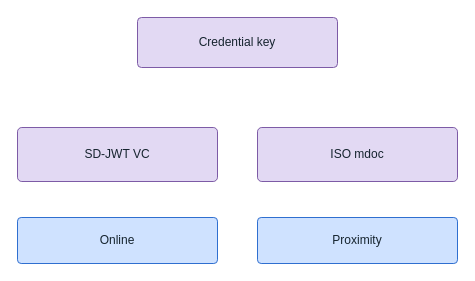
Earlier version of the draw.io diagram images/architecture-framework/data-model-and-protocols/one-credential-two-representations.drawio (id-verifiable-credential-dev/id-doc-idctf). Source tidied: cells renumbered, new cells numbered last; positions are measured from the earlier drawing's top-left corner, leaving out a move shared by most shapes. Both pictures are drawn from the tidied source at 100%, with x=0, y=0 at pixel (17, 17).
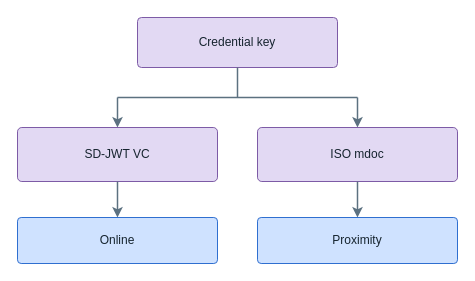
Above is the later version.

The edit, as a diff of the source:
```diff
@@
+    <mxCell id="7" style="edgeStyle=orthogonalEdgeStyle;rounded=0;orthogonalLoop=1;jettySize=auto;html=1;endArrow=none;strokeColor=#5c7180;strokeWidth=1.5;" parent="1" edge="1">
+      <mxGeometry relative="1" as="geometry">
+        <mxPoint x="220" y="50" as="sourcePoint" />
+        <mxPoint x="220" y="80" as="targetPoint" />
+        <Array as="points">
+          <mxPoint x="220" y="65" />
+        </Array>
+      </mxGeometry>
+    </mxCell>
+    <mxCell id="8" style="edgeStyle=orthogonalEdgeStyle;rounded=0;orthogonalLoop=1;jettySize=auto;html=1;endArrow=none;strokeColor=#5c7180;strokeWidth=1.5;" parent="1" edge="1">
+      <mxGeometry relative="1" as="geometry">
+        <mxPoint x="100" y="80" as="sourcePoint" />
+        <mxPoint x="340" y="80" as="targetPoint" />
+        <Array as="points">
+          <mxPoint x="220" y="80" />
+        </Array>
+      </mxGeometry>
+    </mxCell>
+    <mxCell id="9" style="edgeStyle=orthogonalEdgeStyle;rounded=0;orthogonalLoop=1;jettySize=auto;html=1;endArrow=classic;strokeColor=#5c7180;strokeWidth=1.5;" parent="1" edge="1">
+      <mxGeometry relative="1" as="geometry">
+        <mxPoint x="100" y="80" as="sourcePoint" />
+        <mxPoint x="100" y="110" as="targetPoint" />
+        <Array as="points">
+          <mxPoint x="100" y="95" />
+        </Array>
+      </mxGeometry>
+    </mxCell>
+    <mxCell id="10" style="edgeStyle=orthogonalEdgeStyle;rounded=0;orthogonalLoop=1;jettySize=auto;html=1;endArrow=classic;strokeColor=#5c7180;strokeWidth=1.5;" parent="1" edge="1">
+      <mxGeometry relative="1" as="geometry">
+        <mxPoint x="340" y="80" as="sourcePoint" />
+        <mxPoint x="340" y="110" as="targetPoint" />
+        <Array as="points">
+          <mxPoint x="340" y="95" />
+        </Array>
+      </mxGeometry>
+    </mxCell>
@@
+    <mxCell id="11" style="edgeStyle=orthogonalEdgeStyle;rounded=0;orthogonalLoop=1;jettySize=auto;html=1;endArrow=classic;strokeColor=#5c7180;strokeWidth=1.5;" parent="1" edge="1">
+      <mxGeometry relative="1" as="geometry">
+        <mxPoint x="100" y="164" as="sourcePoint" />
+        <mxPoint x="100" y="200" as="targetPoint" />
+        <Array as="points">
+          <mxPoint x="100" y="182" />
+        </Array>
+      </mxGeometry>
+    </mxCell>
+    <mxCell id="12" style="edgeStyle=orthogonalEdgeStyle;rounded=0;orthogonalLoop=1;jettySize=auto;html=1;endArrow=classic;strokeColor=#5c7180;strokeWidth=1.5;" parent="1" edge="1">
+      <mxGeometry relative="1" as="geometry">
+        <mxPoint x="340" y="164" as="sourcePoint" />
+        <mxPoint x="340" y="200" as="targetPoint" />
+        <Array as="points">
+          <mxPoint x="340" y="182" />
+        </Array>
+      </mxGeometry>
+    </mxCell>
```
